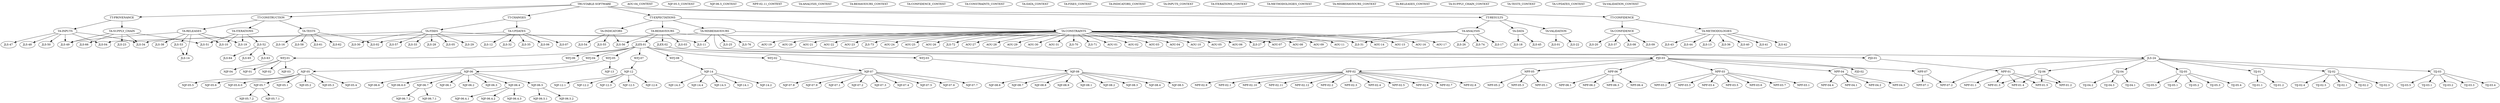
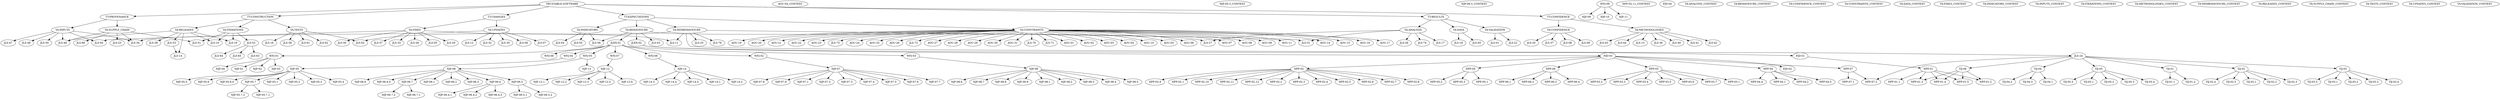
# This file is automatically generated by dotstop and should not be edited manually.
- # Generated using trustable 2025.9.16.
+ # Generated using trustable 2025.10.22.

digraph G {
"TT-CHANGES" [sha="9e0557f5781fb6abefc197529df3f14dfa28cec2d7470629bdd11bcf00e3a18e"];
"AOU-01" [sha="0f00a2c7c6ef352a52c2e9e2c45102c97e8906fa5f0e7ddfcbc252af551cd179"];
"AOU-02" [sha=e8e0ae5f062d031ce5517f939a2223198e9cc8f12aba943f42f01f5def05d1a2];
"AOU-03" [sha="9175975af29dcb8a7c94a1b4bf18a4f36f6ffac904351c6dd84bcbb7ee4abd9b"];
"AOU-04" [sha="9a5f50d14e036a085c64e954936bd579f4fd7d816aaddedb39da34095877e82b"];
"AOU-04_CONTEXT" [sha="466c72fcf27a1cbf322c3c4086cc7cf19825b314236567372289204616d2d56a"];
"AOU-05" [sha=ff2205fede4cc18efe9162008881729cf37fb3f5b0a41ff3d9143aca9d656ad3];
"AOU-06" [sha="20799cb377d8ad56d8bb6231c7246d2fc25c224fad0c9c9b4b83e25710d7a589"];
"AOU-07" [sha=bff000a8ba9254956cdab9045e6f7b38e3019180eb95011cf8541e9928ad8d44];
"AOU-08" [sha=f25753b314cc921d175ffff9be39cf5a43bba651c5bdcba0f172aea02d792b34];
"AOU-09" [sha=adce35b590ac6450379cadba0c6cb38874626134066b06823c3c2d18f7ce2cc7];
"AOU-10" [sha="36eb0304bb55d055e342424424efa617b095b582d1e87d71818095dc1212ece7"];
"AOU-11" [sha="6a5174cee0e66070ab1c39a14c0aede872e56fb928555236ab3bffe1876b7048"];
"AOU-14" [sha="4bff38e002c0df47062d7ab632094ec5ee0377c0230647e7acd54945ea59ddac"];
"AOU-15" [sha=f4d2fdcacc3c3bd743af3ff5c2a08ceb650e59015ed846c35ddb4de104e80cec];
"AOU-16" [sha="4e08bac839cba01a4dc2a794bd2d1254d388945c6b79293684e00b9f8d03f31e"];
"AOU-17" [sha=ce26eef503179bbedca706f43fedc289d8c56580c4b885b3abab440d2de25870];
"AOU-19" [sha="877c346448621a81b2d1418e610575bfcd556d2f56a14f23f289b90828907928"];
"AOU-20" [sha="d17ea5c6a3f07b516abc7c51d4b15b1a130a28602fbd4eb6872006a2e5f939d0"];
"AOU-21" [sha="d1712fcf7a0a00659021a69784f697b5d7b404aeadb7be66553218ba2e6c0bf7"];
"AOU-22" [sha="32fa7dd195ae91e0095296f05e6201abce2b74876be70623a85055e9566a2b58"];
"AOU-23" [sha="395e92cd380e016ebb3c6eea32a326084fc21268c3f742e1a5da8ae2aae84ff3"];
"AOU-24" [sha="90739f0593fc0a45bef179240b7be81c565292b8cc3ea84b2f8256a9369e4a32"];
"AOU-25" [sha="9aba193f20fa8a9ef9b14191adaa545ea3bf88525509d765dd3bb9af8dd29704"];
"AOU-26" [sha="b4b257a5dae03a485b041d4a83ba9dbe965841ccd0891f67ab3e7d8db6c09db1"];
"AOU-27" [sha="43da5040f2cab643f2bbb4a0abcf67fba91d68108786604f44f6ef6a91f6681a"];
"AOU-28" [sha="76887b683a1e5a2f36a029bf80c7489226d1728e6f148f69f7b2167211f1f443"];
"AOU-29" [sha="cb3302e313dae237d67bf249c61419232a83aa6245af30a0f33c795ab1b3a8f5"];
"AOU-30" [sha="ee747671350441b0ca2438c651e0c30a90ac9b126540308415e1645eeea2707a"];
"AOU-31" [sha="e6dfb726b06bf38ff27602695bdfafee64605da7ab6540b2ec0ae479ab73f3dc"];
"JLEX-01" [sha="1cd16efee6db392909248a77c773e0c5aa76b4c05001ab0b981201004f2162b0"];
"JLEX-02" [sha=f40046dae47252d62f28c935db90460772263ced0fa9ed1a5e1383436b89daa9];
"JLS-01" [sha=dce41089598ceff4a3ce3df7a8d3d16183346b785d791d60c8292f51c055946d];
"JLS-02" [sha=c9e0a37da8c4966962eb93e415e4f0ece9a7d5bfb1fa92a1d0fdcbc1609792af];
"JLS-03" [sha=ada5a3ba5276cb99217751c67b424cdbd3622f82eb1126f08d425b641e1616e7];
"JLS-04" [sha="09ec45e2598d5912ab287e5f4deaf024c42c63a05b9b9b884070efc54a1ebb2c"];
"JLS-05" [sha="8bad8a26ee9b1fdf222d23640b8daad5e70b2852a995cd367864df40a5180079"];
"JLS-06" [sha="9a6629a8b76fb8e0237077aebf4fe2cc4ad695f498603a9e645be4115451c76d"];
"JLS-07" [sha="a690fe1c96c84d3d682c92de42f6a3217b44da8719fac921bb94a1f83608abaa"];
"JLS-08" [sha=cceeec93241b6d6ee80fc01c0af03b9d7737fb352e1ddcd98d04a45d75334f79];
"JLS-09" [sha="346ab52001e8e72c738145a5a8b8f41094a1b873c509eff1d0d25003e066cd56"];
"JLS-10" [sha=f1306e4884f5b881acf63d5525bb90fffc88039c8454a3184bf9ce6391690903];
"JLS-11" [sha="5fa463f840f16f524bc479748d26df61146c3bb4acfac29b638ee85644586a0e"];
"JLS-12" [sha="7a549a3219c2053a742d311c76cf3f889a5b0ba6e5bcc5659a17dff9d5b0b081"];
"JLS-13" [sha=e6e7c777b9cadcc65d12fc5782cf21fc688e494024bfb186ae7c20db6a46462a];
"JLS-14" [sha=e94a75986187fec162e8bd7fd270dbf2aae329dd7d8660df63521637b982286a];
"JLS-16" [sha=cb91a56d69836efd4982b2268e204394ae83a694605dc94b71f3ed0c66890329];
"JLS-17" [sha=c527a605b2ae7a54ab429bb8e554263bab5a562394f5ba73305aa490f7351c83];
"JLS-18" [sha="58788ef0ea0b9fba710e806de3f255da6c12fbbd12fa7edad07e65c2dbdedf94"];
"JLS-19" [sha=ac20a2570ed1ca6c0d93ad40f6d93cbac24648b73c144fcb7c92e65ebd2ef411];
"JLS-20" [sha="33dc0295a6524876c9b641b6ce685c1ddc90f01d780fb76d449c01b51fdc042a"];
"JLS-22" [sha="252e58151a45b158bae379ceb08aadb6e587e505aac67f2ecc18e43040a1d1de"];
"JLS-23" [sha=cfd7cb4aa93fbb758807ffe106f96e7b82327ab4d758e69e1f62196c3bc86bd2];
"JLS-24" [sha=b16224d3ab676c00b313ae91760072d92aed9f20da99b363621effa3e033e012];
"JLS-25" [sha="8bb517191450f370679dbafd85342e1bbcf797cc84f2a6f1fc119568b534d5e0"];
"JLS-26" [sha=cf1b73b375697ee56d9788aab79ed01b2730b126a2cc4d7041c9525113e7ed7c];
"JLS-27" [sha="efd4b438331c155eebaec96cd1eda337567794f8696b327562aaaed5fa8ded69"];
"JLS-28" [sha="bc643a3a1850a8d43bb83a09cf30d600eb8e22eb960231e9ba5683225569a5ed"];
"JLS-29" [sha="a577018f4766b7df1a5cb5d1b24f8e9d856326c31161c3c78a3f99845787f4c4"];
"JLS-30" [sha="872f796e03fef3dfe6302a0f2de1703f56cfc5a1007e70d925c0b635391f63fd"];
"JLS-31" [sha="2b941deedbdeff697d063b3f1cf2f97340bff79f16f934bb8be21824e8ccd5c9"];
"JLS-32" [sha="f8e84daad3a4f946d78fa95fcbab327dacb681568c476e6e30d648b9bf530e0a"];
"JLS-33" [sha="683c5e1c42e8596f90fe0ae24cdf933d5fa51746ea55ba8f6a155ec8f7a680a1"];
"JLS-34" [sha="880cb94bd3d4c980a08c18dcdee8a710563b274be80bd63b3bd1aaac8be3cfc8"];
"JLS-35" [sha="7597f13d6e48b1e3c0f6a031f5f933e1629bf506dc78220def2799ee1d892597"];
"JLS-36" [sha="1a9abf2ab101af32cc6490d9ed5218df96a06b31cc2aeaff07f769ebf4ba98bb"];
"JLS-37" [sha="fb19166fd1d71acbe8a852fd1bfced3874efdc687cbf95b03f3201a722fdef8f"];
"JLS-38" [sha="a7ab6cc546e4c9c02c6dc479b8fff29ef6f5be5459185daac4ad1117b2845115"];
"JLS-40" [sha="8a6c2a7c6888f0c13fc4045535125d90a4866858e40ac11910f05eace9ff179a"];
"JLS-41" [sha="f7cc07fd06ed4605d4207a5f59d60f8b7da48152c76b94132e4ad80a4512975a"];
"JLS-42" [sha="d90e0a0d85a952868a794945a7ecfb0217202752ccb97bc0a6e4724700fd20b8"];
"JLS-43" [sha="ab3f0247c96f064628d255d44c63be9a50cbee11ca64432b5f0181e55347e5a2"];
"JLS-44" [sha="3cc7206ec555271d1f369cb1c7ebf3753d32e9fc9be2d0aead5bb5e0e5472375"];
"JLS-45" [sha="37a343cf375f276b932a87ae1334ada428e54fcfd164599a7858b725ce93df3a"];
"JLS-47" [sha="bacac52a9c2ef9d2bf7efd742fc8d088f5526e53c032f79cdd186a0f0f5e8706"];
"JLS-48" [sha="4fcf08f1f55181b18d449876a570204783a2482e73e6572cffda591c43149845"];
"JLS-49" [sha="6c1099d6be7733890c0d87334f9954ec1f34c4ed84303da12ecb5d27b43f4f9c"];
"JLS-50" [sha="0ce7f744bb1fa460b59da9afecc04dcde356d432a6dc4ec92301b5067b47414f"];
"JLS-51" [sha="190e17d59795c9ed3b25a0a8bf57497de1e0d06ab90b3f6ba47b543c95edea43"];
"JLS-52" [sha="8539f924c31974a2722615d2410a25336a5d6a9f399f16dc485be83f7f87a5ff"];
"JLS-53" [sha="d9f7e732e34b0ec79305dde4c5b3d60906559ef1d90bc3ce2906e28a90293844"];
"JLS-54" [sha="f1ff5d3aff697980bcf072e27e00f9916052aceb4796fe1417486ddc80d5e241"];
"JLS-55" [sha="321c775e2acf0267ac1753eb772fedf1bcca18029714071c6e55d999f6dd008a"];
"JLS-56" [sha="6fdd3ab1172c1df5658f140d104d51559080aa32389a5a842b93cfbd394593b3"];
"JLS-57" [sha="6261b6cf44be2e742af1e1d687f1233161ab7cdaf6f1c0a6e31e671a7451adc5"];
"JLS-58" [sha="dbdb83427fd82fd3be5e90ab761945a0346b33740b9ea80fd37122dfa6baaa60"];
"JLS-61" [sha="151f1cda2384ae4935d29d300c3424bca710378fa3689bbcff69b06dc86bb692"];
"JLS-62" [sha="60848232c2989d0282b64792d7da7a57c04ff368d2ac9deae09c3743251dfc79"];
"JLS-63" [sha="2b50e79c3b43c6815b5dc15c7909ce5fb513e98fadb28ddfa40938f20f5d0427"];
"JLS-64" [sha="40f1382c156e308ee543c30df4dc7eb457ac14d472909c30eb6caae9a3bc1d68"];
"JLS-65" [sha="e413de6c831c1c019c67c3e3477b9dc9302cc79433ec894beaee0c95e053b545"];
"JLS-66" [sha="cf57eaf55654ef52589b1879c7294de13ddf1258ecdff4f6371178c6e8e6975b"];
"JLS-70" [sha="5958335832f06baaa624a093c06ce9abc2ee88c8034819ace3be2c5fff0e0a74"];
"JLS-71" [sha="83bb8658b1b8914e0f37cdd0333d5f9351a75763486565ce7804a240d9a418ac"];
"JLS-72" [sha="0b061840170a819c7daf1005b2eee53d121e04e921413935f5eed4fec98a8726"];
"JLS-73" [sha="42d8dd90dc4a321923567287216e216a30c55ede8836824e19fba046a2121a97"];
"JLS-74" [sha="c161214f0f206f3c0826750978fcc4c99e2765a0c3333592e1293b323434ca34"];
"JLS-76" [sha="ebcfc023f88ef50a3c804cb72318428e7566dc44c3539c54742e25f261ff3249"];
"NJF-01" [sha="548dc86014e093974f68660942daa231271496a471885bbed092a375b3079bd8"];
"NJF-02" [sha="6ea015646d696e3f014390ff41612eab66ac940f20cf27ce933cbadf8482d526"];
"NJF-03" [sha="4bd1f8210b7bba9a248055a437f377d9da0b7576c5e3ed053606cf8b5b2febe3"];
"NJF-04" [sha="72bdd7cdc074bb0663c90bcd892fd7a19b938b1b45c7be35907c1e14629065a6"];
"NJF-05" [sha="03a865b41d58662602bc76ec1321efe792fce5537ffad1a1d28563b5a1578db5"];
"NJF-05.1" [sha="9c02b8f95f1d0e9ed47b74187b5fb436e56265dc9f565a39ab76cbe7d584b381"];
"NJF-05.2" [sha="172f35b9a992dac0ef88f7f817607f1214c9f07e073bb6fba4c4244c00dc42e4"];
"NJF-05.3" [sha="be8090cef51e0ffbfa153db7b936e09c6a3fd6622bc7c97bc9aa754511e6bcbc"];
"NJF-05.4" [sha="dc0171e8cda48d88cfdaf0a49f7415a61b4b5ae5674c225036f1f1232820384d"];
"NJF-05.5" [sha="f07eb697ba3aafb6d57d4d133530ef18fcf24d38b328d94a50c87cf8688d92ae"];
"NJF-05.5_CONTEXT" [sha="2eb79156ba6fdfe9201083ee180c5ffb968462e47e62c5af61da4501d6cc5271"];
"NJF-05.6" [sha="bac7fe917281dcfbe508dbcf3bd8f5f306c6d3accae9c483fdfb16d6dd4d421c"];
"NJF-05.6.0" [sha="353b631ea3f819134517c084f4d9d89994e280e7aa34dcb7605e1dcd23b775d0"];
"NJF-05.7" [sha="76c90a33905d4e4f619bbb7e61ec5111eaae55294bda658648256fba600db783"];
"NJF-05.7.1" [sha="3c5a03f59a34ba3256fe26fa0526b916f515c2c18bdb35b6b8f5d85b854c0a2f"];
"NJF-05.7.2" [sha="4c67f4bd9f952d63278902687a1d1ecbe7dd1665f0a75aa837c32f9f1cad7977"];
"NJF-06" [sha="c0045fd9c304e208eef0d24cbf095df06e29625f2cf2ecf3e6a7a697d92afbab"];
"NJF-06.1" [sha="e27d98ac06cc4c5eab2af9068f70fa0ce2ef6535ef4e7325d13aa185c1f1dbc9"];
"NJF-06.2" [sha="9b4726beceff80b02496e4e3b9515a0f442503f6516aa546035b386b3c91ec12"];
"NJF-06.3" [sha="d96167055bf83441a0939f54fee142051f8e101c0747b2edcda78000d426e1ab"];
"NJF-06.4" [sha="6b7e35a8d2349198ef04ee6cf75fbe5191fa930cafdacdaffbdcb2a2abda467e"];
"NJF-06.4.1" [sha="405aaa29d7872555dc4e56fe9b7001cfea974ac241ab30c3aa48cef1fb559034"];
"NJF-06.4.2" [sha="9c484d1ef9005cf5caae4f2ee354813fd759b79dc044fb470e1a4690d251d31f"];
"NJF-06.4.3" [sha="830f22381cfb030c8ba18471cbeb6ff29e7d56b61ff504ad5b4978d63b971dbc"];
"NJF-06.5" [sha="58f3c6b84c42ef8cd41061cb5740fa90d4fed0686e49e9d9799bf51f14b48391"];
"NJF-06.5.1" [sha="8b9ca021bd30bf676f738052ee62191f75a180ce6d1895cf9e9c9117caea3cea"];
"NJF-06.5.2" [sha="c3a826ce79831cfea743c3266ab67c23ca4f4b8cc5f28ce7568d4a143a7d223e"];
"NJF-06.5_CONTEXT" [sha="ceda4128f447965a4548cf10f05866fd27e81bd85cdb6029663a93f8261b94af"];
"NJF-06.6" [sha="8e27724820113d6b22ce65529d2552de1040ff4e9bb27a1a3e9baa9728b9f1ce"];
"NJF-06.6.0" [sha="7b0356c311c52640334d02e9bff171a9ee8b220a1edd7c0826d74bbef1b799b4"];
"NJF-06.7" [sha="fc4ecc622f6d4a920ceed31d43cb3f51011f4f2a6f8abfcf84d419b7a37c4054"];
"NJF-06.7.1" [sha="3c2bdd189b430e001333e8faa8a955dc2b38daf46f8106366cea31abf6f0d668"];
"NJF-06.7.2" [sha="f1552b1bc992c1901bde9767e1ccd2685f57615acf631f0891c82a48c7c006cf"];
"NJF-07" [sha="187732eb19d80f473b6ad181a2959fbe96b4fc8eefdd4b269f4ea0865970b6e4"];
"NJF-07.1" [sha="55d614153a4279112da50d50c5186cf0a0c7b9137458cfb885aba4356cdea3e1"];
"NJF-07.2" [sha="26759a8f444be1dbb077613ab9e77b88d06a86abe5ab90818b0300c00478cc1f"];
"NJF-07.3" [sha="f848d075a7efd0e8a3d056dfc0d75d90b68dd2fc4cf5fa4a545151961b98015e"];
"NJF-07.4" [sha="6b03a26d8cd2e697c54a09ded86479d628caa35e6a563ea183d14309cb59fe54"];
"NJF-07.5" [sha="e8566d114f95cb2b565dd857c7f4ee96f8124451267766557cf179b23898517d"];
"NJF-07.6" [sha="8482d9045c9f1cb7cbbd4a4fe6542d7712368112115e2efa87e2d4a6e4cdf0a5"];
"NJF-07.7" [sha="0e2809c9bf9a2973ed8ac804e6013757d1d37e8b32abeb1e4ff72eb0adb567c4"];
"NJF-07.8" [sha="bbacca70742da39fa0d8e601569f0f665d8325e47c35bef3740a7a15ef2b9800"];
"NJF-07.9" [sha="f253a15cb252dabe60ed8ebe01ba17d68be0043be87cd96e472725f1177491cd"];
"NJF-08" [sha="0d57eb6a9242045903da75764d616751477a215caedbf578344037a0b06676ee"];
"NJF-08.1" [sha="11356b6386148634facf1c0256a27674024d1ba87047eccc5e36ca1f98521524"];
"NJF-08.2" [sha="6ee61a26db3346d62f7fb3f478f6719a40064a3276bf74420044223590f91b34"];
"NJF-08.3" [sha="04003897c08f342a96aaf3555f95bb2a8b424676b3962b99f8bccd2dd6886219"];
"NJF-08.4" [sha="bfe62c43db172af49e718b18db6a04c4e42c9097b4a9765dd8ae3715ced42748"];
"NJF-08.5" [sha="f2b61e77e5b3b8c9ffd1eb5306757f83ba7df7a403a63b176922609f3e5612e8"];
"NJF-08.6" [sha="97c455dbc819102f6f02335b41afa7b39fff8da7f5ab256a1e71aff70c667b1c"];
"NJF-08.7" [sha="487789064cb51388bf32b6df58487b7981d304a7656cb2541285a2759d29b36b"];
"NJF-08.8" [sha="b19bf6a231816418bb16e0c1cf437db461c509605184f446d3cb1716e3f57e38"];
"NJF-08.9" [sha="cb19d5ab85029e5e062eb22e8237502eaee780b7d7820837ffad4c97b59cdee7"];
+ "NJF-09" [sha="737af2832d241807f71cbe8f7c5d0fdf9af1322a2455fcf5a24e1bec3ac38558"];
+ "NJF-10" [sha="6111e294c10958075e73d1b91a6e7d341a79bad685041ceae956b5a4d97406b6"];
+ "NJF-11" [sha="62e6deaf2a0a6f5a8446fe955cf8c976889cbc9762ced8e6203ee4edc48418a3"];
"NJF-12" [sha="b32df413dc8445568361e6e6d17bc546418d4b87c5d11fbcde6c964c1888bf77"];
"NJF-12.1" [sha="a674cbf274a4ca36b7a255bc97a38ccf27e2b1fed4bd864f2fc520641a3cd2b6"];
"NJF-12.2" [sha="c1425f1a9c00762fbb2d3b0a102517f7b4ac11d0263d72bf37a55acf660b1978"];
"NJF-12.3" [sha="1c39b3e2957dfe427fed733cc11c4809fe462f2a84dd8c2d3e9f9f403381b87a"];
"NJF-12.5" [sha="617050b4d32fe1d77f314b6b0847f0b227e5e74eee661543574d0eb1e61229aa"];
"NJF-12.6" [sha="11022773b489e300e2c1c1dceb723454474cfbeb4f0b7eeffe68f2be170a6eeb"];
"NJF-13" [sha="98ebeb19c546dc79927ac6fc525bacdce9d8232ecb51a5400788de31bfe58ff2"];
"NJF-14" [sha="d686e8a2ee5586c82c313771a2458980950710243245d4bad54401f3fe13b437"];
"NJF-14.1" [sha="e3b1be60334b8771b4b798353778bc7128b96de8880c0ef8eb2f02b4acaf11ab"];
"NJF-14.2" [sha="d0e8d7acb4b1ae15b1a7933338c67b903e654cbe71b8ecdb45b13ac17d680cb6"];
"NJF-14.3" [sha="ca5d0e466cb8daafb585c6a81b6e807b712d64e5fb3d05bc439ac416a70ca264"];
"NJF-14.4" [sha="b03ac3f732e1d1b67e02bf2f9861784dfa35b0d3c85cdd8c2af4a35d29422d66"];
"NJF-14.5" [sha="637c942c9de96154d2aefa0256aad9075211aa3ebf841c416316708f99bf10e4"];
"NPF-01" [sha="2901988de4ad14d84c452798ecad5e36d6504a003d47a4939e54dca3d8261762"];
"NPF-01.1" [sha="17257d31617eb053f59eedc9f59e2ab7bf0f8dad653382b3be305179f11b397e"];
"NPF-01.2" [sha="e228d62eecd258043ef008453871bb91e537ad86b9c6ca31f922098a9227625c"];
"NPF-01.3" [sha="8ebaa095edb88fbf6be220eeca7ff9b38763bd1120f04619b0764129e98a4f10"];
"NPF-01.4" [sha="87846a5b24172faef5c00209678787d42376c792ee7ad86b6b983dd08b08d6b4"];
"NPF-01.5" [sha="22ef08f8152d7aac8d37b91c999e247657491943d402e3fe0b637527ce6e2d0d"];
"NPF-02" [sha="41e403fe2574dd140edd75d7a6d9f4a288cb8b9d75951580307509c82909f0cc"];
"NPF-02.1" [sha="b3dda5fff206ce6e93a744e360413efa27005d379c0e08b846f2dfdbcc72d1da"];
"NPF-02.10" [sha="f5e83432d8560e50cf553ea5445d5f9ced7908c7d9941e567d533f2cc374bc5c"];
"NPF-02.11" [sha="4bf5163b2fcd20d20ec6a851badc58ab700e3848e63e977a89d35cc4f4abf3c3"];
"NPF-02.11_CONTEXT" [sha="0aa02a53938108602ec3385cf8d3facf5a06a4797c6b247528ea5b75c84dd29a"];
"NPF-02.12" [sha="65b80f81bbe1b95b25323983d4588c591007eca92ed25f3fd7503f018abb9462"];
"NPF-02.2" [sha="cea5dddd5bfcc64d8339f314a9814080ee67cb9cd6cb07c9b908c56469d88f42"];
"NPF-02.3" [sha="124ac652a17e1b49ad60bdc75ee5721f4e373d8ecf4b07e85eb9cdcb35ad8dca"];
"NPF-02.4" [sha="d276f710dcbeae89cdb625e87df5d4d028759eca117d44bca852180222097dcd"];
"NPF-02.5" [sha="82fe32a9ed298c7a4376ea13ff8d6241c4d7e117f4929f3d9dfe430cf5cd9498"];
"NPF-02.6" [sha="4917c952d729adea10df55cf430fec37ea812573c6d794ca2917d13495dadf6d"];
"NPF-02.7" [sha="bb3307c917594a152c13de27f853443a54a6f00a807ac66f7ce3d27f8b9b2b46"];
"NPF-02.8" [sha="cc2072fbbacd97c4cb545d54f36bc5415be139973d3927570d6aaab40513378d"];
"NPF-02.9" [sha="8dc0c25dd85b78528ec3ada93d96adca246c4e8a34d40abee7a3f03334554c27"];
"NPF-03" [sha="106ab82526356d9f76e56d03260ec8aef025d82e732ec1407b83f7459641f513"];
"NPF-03.1" [sha="01df39e92c5cbd53682f52b32a533f085d5211bc245f4fef767350427087acea"];
"NPF-03.2" [sha="4503740220bfec9a6350540000b3e3996eede1ffcb369dd7c417bf50e235ae10"];
"NPF-03.3" [sha="a15eb546556faef039cad755a34be09d2fd6ee2ea486e3b6ca8db47e1daab710"];
"NPF-03.4" [sha="cfd34a8c4731459dc9c9023b3819461ad04afd17501b4be61c18f4893810af6f"];
"NPF-03.5" [sha="db88ab61e0e0f5400586325c68550bec0fdbec7bf9ebef1b19c2616c3cae6338"];
"NPF-03.6" [sha="09cae32fea0c803150a25fb9d36e3f9e9cab405d468fc3e275da864d0f4049a9"];
"NPF-03.7" [sha="1839020c28db51204c7d669cf8408a403b0f65d9d40b4ce0db0c52b9ca5309bb"];
"NPF-04" [sha="60e5e97a864928518ce07d779ac9fc9130d06f82b680b986bbf73054fc52affe"];
"NPF-04.1" [sha="69f785ba9348217f97348b9f96247e25b3b9213745cc0187e20b08c2c6291143"];
"NPF-04.2" [sha="23fc9e58fd0396994b33e2195ebf9a606d4df9e7d052a741d645a26007aa80eb"];
"NPF-04.3" [sha="e400cc6ebfcbf6de07a97af69baf44058efb9a7d559315d5d833987236141eae"];
"NPF-04.4" [sha="c4d68c6940c198521b0d85b7c910833646bbc0597025b3d181d2ea903de77517"];
"NPF-05" [sha="466ccbd80e4e29218a1a3789ca99e5a1b60ec5fe6e12b37a454c5c7c20d24973"];
"NPF-05.1" [sha="7972748f0fc78224ef09757ee3b8e68dfdf400637f8da891f616d9387b94744f"];
"NPF-05.2" [sha="d19ce1210b9775c82db050b9f08ee6f805ee56bdfeeb89c36614784222261036"];
"NPF-05.3" [sha="a143a6d2343ae469ae01a672706b2c6136e52ecef29b7791e7f96d3adeddee04"];
"NPF-06" [sha="9c8fac55c919707b5a1d7804036a4ccc7d3bcc9ba651b9524454581a52dbd77e"];
"NPF-06.1" [sha="d81fa9d29b70d5cce98118fa82f700b70dd78f2d7f6c266552d76deabd273af8"];
"NPF-06.2" [sha="6ad4d7ab66419db2f1b8f18462bae68478fec227f07abd6a65069251f5558d5a"];
"NPF-06.3" [sha="d74364c6eb2c3eeede3c3f132c6c4ce4493c1971ade75e5a030fbfd9e1c11f5a"];
"NPF-06.4" [sha="86cc838833cabcad168c049508f6eadebace6ad730dbc0e40cfd37f1fbe10f0a"];
"NPF-07" [sha="60dcc75d9bb21fa3e8ba2d80c3e12bda2a51f33ab7755cea9170a7ae96050b63"];
"NPF-07.1" [sha="45b9e2cb7f5ede285a0007ff4f17a023530f557dbe2b1e2bbc299ad5f2bcf4b9"];
"NPF-07.2" [sha="85bac5eae5173e89bdc67c8c724fbc40b57d69797d31bf1f0c5c798b7a148f0d"];
"PJD-01" [sha="9b2099ad82514f2de78b9509e0b3c193054374185de1beacbce359729928d8e6"];
"PJD-02" [sha="2ad95a7543626869ed3195b95256c03a991df49e51acc6b54513a1ed32d63dc8"];
"PJD-03" [sha=fcc8152c7a04032d91becabc5577409773b64c381d09bdab7be954ca1916db64];
+ "PJD-04" [sha="25e50bc1c4e96bc333adb2b1a3f5801228364f033cf2d5e18897da90da5e3fcd"];
"TA-ANALYSIS" [sha="76cb774300c75d7b6a24c872fe691f2f0cd1d36cc4a2493e835f6b861bc79c34"];
"TA-ANALYSIS_CONTEXT" [sha="6d4ba31be15b85d6836a7f79d2f7d9fef2bb9a5cc3809ea1173e7799fb73c08d"];
"TA-BEHAVIOURS" [sha="3ec27e29aa991978efe6a56267b98c2a08b27a4aff693d5cf2b01dfe72276570"];
"TA-BEHAVIOURS_CONTEXT" [sha="5e82851069ccae86c01da3c636f6ff6f37ae101f4148d8593be282d277cefc29"];
"TA-CONFIDENCE" [sha=afda09331b2fc3b8d9b1cd921bee66251a65e5543a473c61eb03f9ea11d57eb5];
"TA-CONFIDENCE_CONTEXT" [sha="cf43890902cf5fffab2dc1445c959da69893ec6dcfc6ae8267376db91a7bd452"];
"TA-CONSTRAINTS" [sha=cdee0ae34c33110044975efc981e4ac4d63d824aaaac78233b1f3828ef070da3];
"TA-CONSTRAINTS_CONTEXT" [sha="ae3df98a3e78809e6461906dc19c51afae254214c884ff337e0879e44929fbe9"];
"TA-DATA" [sha="796e4b5851340906568a47c4436c1fa67ca1c48c98a8b6a16b19283d04cea799"];
"TA-DATA_CONTEXT" [sha="ef12e98926137d14c7fa45094391da2d128de0061191921e6df8a8ddba84930e"];
"TA-FIXES" [sha="96fd0e012e7fb6fec6296c2e0b0220661094b3bfb2a438e7ebd6b0ad901ea65f"];
"TA-FIXES_CONTEXT" [sha="2068c289f5d818f11d0d6eadaef42d67140aca24c8afd81162bd21349e84af4a"];
"TA-INDICATORS" [sha=a5392ef1e3e40d82ef9a304d1304bf007fa85d961ab8ea268231cb212d763477];
"TA-INDICATORS_CONTEXT" [sha="38f6ba205e232c70863e78f740b8c0ac63004cf2886fa311261ac9d849b26e16"];
"TA-INPUTS" [sha="6edcb6e0ea0a918f611d6644da7a28dd5c924a210984cd913e7ff558677a6ea6"];
"TA-INPUTS_CONTEXT" [sha="4288c4a4d07801c1492203ee37390e494588032dbaa27c1b9506029e12ba1fbf"];
"TA-ITERATIONS" [sha=c445bfe866db71df67d4e87353d674b62abce19b52048fac37284d8065d67678];
"TA-ITERATIONS_CONTEXT" [sha="78e116bb06c8699bc6366580696a9bd84613145bcc5db4caa9d04bb07ec0015d"];
"TA-METHODOLOGIES" [sha=d24f6055c79268b1f6e4bdf73951719f192d6f492a7376f85b349a95ccb2a319];
"TA-METHODOLOGIES_CONTEXT" [sha="3cc5aad374f755859fb06ee534bf7dd18ab95a16f12a916614bf0d1048c2ffd2"];
"TA-MISBEHAVIOURS" [sha=d24fcdeee0ae0fa696f272dc39c8e9e37cce7fb9b2cfd07bcd1451b765be5c6e];
"TA-MISBEHAVIOURS_CONTEXT" [sha="22df78c213228c60b0a85f3d82eb99803b2e6c15d7a67f5ab33cdfe3355e2715"];
"TA-RELEASES" [sha="3c924109e9916fb154eadbc2d733a8413ae551a1282b73de389b9ad7540a4e75"];
"TA-RELEASES_CONTEXT" [sha="79103bd44a548248276fa7c21b010a59aa2a1246cb773bd2433abccb36cde817"];
"TA-SUPPLY_CHAIN" [sha="0629a5a339322874ad3d51c0c14219ede72195bf514abac82c95ebc3a685ae2c"];
"TA-SUPPLY_CHAIN_CONTEXT" [sha="a847f61665fa3da0b3324cd8f0528ca56fba4813634033955d4c30db1d8bfa73"];
"TA-TESTS" [sha=afa5e61fc86f70f99f6c60b4f2b51ba7d486705f197048a7dc3fc8fea225385c];
"TA-TESTS_CONTEXT" [sha="eb2ed76391364cfdc2546d8c3eac93b0c40220efc7c7d32b4eb6a2562da6ad34"];
"TA-UPDATES" [sha="cf383e4462bc21839469d74f174990a7406e8306dbf026c4f5187fc47c391980"];
"TA-UPDATES_CONTEXT" [sha="dfe10144a937d25734ad997edd26038ec2ed58162848865488921e4ced7dd251"];
"TA-VALIDATION" [sha="20f6d87b89d9fbffe427a734ab70906c26ad787e53032a8c4f4d599227704be6"];
"TA-VALIDATION_CONTEXT" [sha="5c545fe4beb6dff690ea80e0c1ea71abdf72d8c6d404ae456234c7749f7a8586"];
"TIJ-01" [sha="f14e40946ba0f957437e1d4eecd71b9625518b6fdee282e1dab4bb1b247f131a"];
"TIJ-01.1" [sha="5e43e22dd59a3ffb8e2304053f3150e2eb6ed44b3456acfade28df386b3a1e1c"];
"TIJ-01.2" [sha="2ca07a1a8d1fc3bd41de5866e22cfc08db1dcbd0ac3b203725d1ef3caa6e6cdd"];
"TIJ-02" [sha="7b26a640ea0631b2b5abec02fea2e5fa245667e361b7e94be536c81240bdffcb"];
"TIJ-02.1" [sha="55ebd0ed866d6024f693a4c029af94e13b5d288d3838e783fb5a9bb8117ee53a"];
"TIJ-02.2" [sha="51cbc1d325ce9d7a37d32a0f09e77110ca677c4a9b746c5c9c5b005065640191"];
"TIJ-02.3" [sha="f24980a95b72e94c33f8509278bc812a9aa41ad6aaf305f444f98417a26b8128"];
"TIJ-02.4" [sha="0a3a4ba3f4c11f0ed01ad571e1f4e56d8372a3a7fa08343443e64c5f0cbce960"];
"TIJ-02.5" [sha="dd2f6c8bf4655923f04d1165febf472994aa4b88c614fbb884eb0119eefd2986"];
"TIJ-03" [sha="841a669b93bcbb62c9aa82b32ec90e55d1b371e089e11e06607805a9b6a0d16d"];
"TIJ-03.1" [sha="ab5c3385486411844eccfd704f8c994b17f03f4a101f1df97a9ca968bce7b8a0"];
"TIJ-03.2" [sha="dd61879bb6ab4d3f8b6560656babc9b104112958273c78d6968c6e5fd1d81055"];
"TIJ-03.3" [sha="647524ce6d0f1f737773ec535e93783084708d13fc62964bdb872c445c563231"];
"TIJ-03.4" [sha="d2cd0ac0c26e3964dff9f2577685a09aaed9fdba66f7e9a52cd5d48df7ea9e3d"];
"TIJ-03.5" [sha="99071d9d3fa4993ed244c66f5f2c25158127a12be269549e3911538b8dab218f"];
"TIJ-04" [sha="809ee8814a51b040a0e7ffaf3d511e8d9e1adf06f2e5b815bfc2bb7b97ed6c53"];
"TIJ-04.1" [sha="4990ebe15f6c0341b888d153e9ced2f5c701a370543a6ceebd9a2e20efa8a5a5"];
"TIJ-04.2" [sha="b027882517087cf57c1dd648b63164e186a19d2bde01b3dea7f538866bc0abe4"];
"TIJ-04.3" [sha="85ebfb650bbe74e9a0c6a925c65ea0538c0a26feed7f70ae23f6d1bb8c527b24"];
"TIJ-05" [sha="0d4292965afdeef6ec0ac46f3cd5046f94d0bdb6d97019b9d66f18581af184a6"];
"TIJ-05.1" [sha="13f7c5e1061e5c9c5cc6e1db2c174742094756b744e078ea68b416d48291b111"];
"TIJ-05.2" [sha="9305d4402b18ee18637160134d9f081ec00db70f688800e4a5cdb04e404c0e77"];
"TIJ-05.3" [sha="867bb999a85e11651361fc503d5b9dbce8f02c0df1344b17a36e4f4de076a2c9"];
"TIJ-05.4" [sha="2f732cbec8e0396b36f949d2296a215839a0fc0d5b33eab94c4dd86fa5475d8c"];
"TIJ-05.5" [sha="3c3d25a4bd57eb60169d67731ba401770cfb5f7d82486a5eaaf041a0a18a1703"];
"TIJ-06" [sha="bad18df20df71bad0ab129972668905371100cb1fb5a8e41b6cee32c983757de"];
"TRUSTABLE-SOFTWARE" [sha="3963ec152396ca5e3818ffb14927fde0c00acdb2ca597719c700db31e653c2c8"];
"TT-CONFIDENCE" [sha="507f0a905667e1d91265a4e577534eb51ebc0b3e84ffc1956cd0d80dc61b6d3a"];
"TT-CONSTRUCTION" [sha="3752c6a34c0cc3ef905e000e635a7373748976744f3d1f75f1c2ed172366e350"];
"TT-EXPECTATIONS" [sha="362eb86c872fb76b2a1075ff978252112bbad0a5fb3041895381f8c76b64c5e6"];
"TT-PROVENANCE" [sha="4607bf9c0527508673fa37c110b9cf5f2ff0567c324cf728623f1e8ff094be32"];
"TT-RESULTS" [sha="382987171ac6dc0d1114f5c0dbb77452300c14596514bbab126ae1f7d1bbb842"];
"WFJ-01" [sha=f826a622e19578c15e165ae5d6b1e31f8ec850140a2f1ccaf513f850919d33ee];
"WFJ-02" [sha=a3928233d7b8f5803696e469a337d19072680a06480a898471928b5ebe55d98b];
"WFJ-03" [sha="761472e4e063ce91d94004e258aa652b5352abb41e8f06ffe20eaeaf10773e1b"];
"WFJ-04" [sha=b3f70654d2af3deb23a1ae36f98c74bf0407fdc096e4c0cd3b237656f48caae3];
"WFJ-05" [sha=b69dab4f37d6ba3456e2e5cdd7ee876bac9adfe41867e5d34466a6f378d5330b];
"WFJ-06" [sha="4d2cce160d2ba9411250ecafed7860f1dd61974ad3cbde9e06a47b3160b5df82"];
"WFJ-07" [sha=d5574f1c3e4d3c15c6d5bc517cfa4f345f06625fb1688a185a1dcc22e7149df7];
"WFJ-08" [sha="6897f40df85da4d74a61476dc4403d56c6df324a3c6fe9bd984a6d20941e479c"];
+ "WFJ-09" [sha="956494791cf727d9f8c3ae40d08022b92070045af8ec6fa7c7007900ad27bff6"];
"TT-CHANGES" -> "TA-FIXES" [sha="93daed8985c7fe7afb9b197462c42ec745d85ff4ff09964f9c5ed4d2b71f0d4f"];
"TT-CHANGES" -> "TA-UPDATES" [sha="2ad1131405ad8a6a80e801bcee08c9eb2efb70dbd7b6687c56ca721ef96b9113"];
"JLEX-01" -> "WFJ-01" [sha="11b32bc907d7d32480c79e5254b00d0085e0c0004cc6e6a181956193b4b2994c"];
"JLEX-01" -> "WFJ-02" [sha="2aff8463b59cb1ad59ad3c2030c56df5310d89a481b74ee57bcd51301301a554"];
"JLEX-01" -> "WFJ-03" [sha="42bbbf1cf290f97754ead132781123cecac0c82fd7c64bd573482ff7b9c4d977"];
"JLEX-01" -> "WFJ-04" [sha=cf884c5fda5afcab2344ddcbe104e150af10a928c489253766e5110d4dda0c00];
"JLEX-01" -> "WFJ-05" [sha="38075a8b1ad506173bbbe9a75569e3ecb8fa83c791813aeef538dbb96fffaf44"];
"JLEX-01" -> "WFJ-06" [sha=c4e0b72ab4cfa28cbe062b6e9f2fec5ddf3269da84b469635c041595605fd7e2];
"JLEX-01" -> "WFJ-07" [sha="3a340a4a30452bfd3149680d4f83f136f7f71237c7cfa16d38e9a4ac6b58a512"];
"JLEX-01" -> "WFJ-08" [sha="80844115bccc3a6e031decd0d622bb577e62b2c02a991de38a86092a451f2f66"];
"JLEX-02" -> "PJD-01" [sha="68498a21fedc131c632ea01e9940e3e31ddce311abcccb2326c12961512324aa"];
"JLEX-02" -> "PJD-03" [sha="85f84739619779248e1d3008f46a076fd8402b1f49b57c2c0bc7d061ac16dd85"];
"JLS-24" -> "NPF-07.2" [sha="cf75897c7913bf41c032c8cd77f4acd3a0309202751ecc6924382733f2564d83"];
"JLS-24" -> "TIJ-01" [sha="45ca0773bac381a23a26760394c77a8ee56038c50efa8e163ea5cc9e33d44cac"];
"JLS-24" -> "TIJ-02" [sha="79c6b04115088c9e1736d97659efd0f8f1b492f023968d31f0936f3ac70a4c34"];
"JLS-24" -> "TIJ-03" [sha="cc695a497c23efc144c236df2dd170e550ea169de043debe07aae24b0c233385"];
"JLS-24" -> "TIJ-04" [sha="13e8b6b8802b2caccdf3ce89dbb6fbb645688888e886eea3937643e7b0479a24"];
"JLS-24" -> "TIJ-05" [sha="75980155c182dcaa3298cf2fd6cd8d328d31ae081c78e300cc75a51b0136ceff"];
"JLS-24" -> "TIJ-06" [sha="9a1ac607f2051801a39ddab325cb6bbcbc178abebfa8e1e6397c12cec99d531b"];
"JLS-52" -> "JLS-63" [sha="401dd468ee10f09243ca6ffea285cbc081f90c1fed07538e5c1751fd907d5642"];
"JLS-52" -> "JLS-64" [sha="320157c79743b91d80a467bee3eaf7727f224a2d18443778f07c5b2e02f6e4e6"];
"JLS-52" -> "JLS-65" [sha="3e2689fb2c8227a097d218eb36d593d05e3262a7e9249bf1e37a58d543cbf4cc"];
"JLS-53" -> "JLS-14" [sha="5413119c3a940215ef3ea606df4e0d56340c4ae8c4753b4b681584c3eca871b3"];
"NJF-05" -> "NJF-05.1" [sha="05348afa175a4660f04bc0ac52fb14753af07acc3f62bb6a5309bbf9114a2110"];
"NJF-05" -> "NJF-05.2" [sha="a78527f08dba706b3ac22d9721f746f687ad81dfc9df5a7700625c7ff964b0f1"];
"NJF-05" -> "NJF-05.3" [sha="79b6420d97afeaf3838359a84be73b6c9d21f1e8c78ef9ef2cc6619d35e198f3"];
"NJF-05" -> "NJF-05.4" [sha="0c65e0ee65a59e48fb27d23657e81991bc7d113c61e1b2de0b729f16daab644f"];
"NJF-05" -> "NJF-05.5" [sha="132c0af8afd6315f760a7fe31648bbfb266abdda4accbb062d7fe9cc6757086c"];
"NJF-05" -> "NJF-05.6" [sha="fb5d80d658cf7419ad504d09f4c906c575e97d58f78bdf77f3b7e28796e7d783"];
"NJF-05" -> "NJF-05.7" [sha="0752b6fde78b30747ad945074509664220e408751191a432891b012b7b264a17"];
"NJF-05" -> "NJF-05.6.0" [sha="7444739bb6eaf619dc2a9f296183f7d19222e21d986225aa65f1008d29b3a6ad"];
"NJF-05.7" -> "NJF-05.7.1" [sha="1574b667671beb106d90ab9b271c7b427b457001237c1fe4c611d21c1b4f51a5"];
"NJF-05.7" -> "NJF-05.7.2" [sha="c251be714d3fb6c41757c85738a7484726745f3c523663e121eb40a180b7f5a7"];
"NJF-06" -> "NJF-06.1" [sha="80e228e2ed380f48e691e5516764d666e074736f913f7482e6c2c0e43fb3792a"];
"NJF-06" -> "NJF-06.2" [sha="95b2d686865e9dba9bee2be3768557f6905e6b2675a0efb55bdbf5b2aae6fc65"];
"NJF-06" -> "NJF-06.3" [sha="2994c95618432d4abf2695775d6aee747f7c527e6df1cf4887898273dd7c41b7"];
"NJF-06" -> "NJF-06.4" [sha="aec981ed17b9b23ebd809122d8fd5d276624b55107298faac6788594c7421b15"];
"NJF-06" -> "NJF-06.5" [sha="bf35b17b04f1897ca9cfc4d8a7cd7e6ebe5cbbe2a0cd14526d8b2f8941a51824"];
"NJF-06" -> "NJF-06.6" [sha="8da992a6bb39172ea45fc1b880121987c637c53fe562487e201f84520369adf1"];
"NJF-06" -> "NJF-06.7" [sha="a01b7e6a9bd301fcfe13beea3d1602210244f5f3d2de348d5233f9e0b24584a6"];
"NJF-06" -> "NJF-06.6.0" [sha="56a38b56749195c0c886e0569c72ed22a2ad9cec707210aa9076e18f1634a2f8"];
"NJF-06.4" -> "NJF-06.4.1" [sha="b01406356bc5aae7904e78201fab9e3c369ca39283eeabb00ef86fcd1af81628"];
"NJF-06.4" -> "NJF-06.4.2" [sha="158172e866a77da9c70cbab9c1a61921dafb25e29a5cd8d9c3fe5bcdf15ab47c"];
"NJF-06.4" -> "NJF-06.4.3" [sha="fb0041b3763ae322685954685ca786758131399a062a785574544bb52424a024"];
"NJF-06.5" -> "NJF-06.5.1" [sha="fc0bfae84fdbb03dc8b6ad998be0177246f5c682bc9c6ae57575ab4c935a9ce3"];
"NJF-06.5" -> "NJF-06.5.2" [sha="d5569e956ed2b0d3f525689bece7ac9288569d84e0e22899a364bd911f7719fe"];
"NJF-06.7" -> "NJF-06.7.1" [sha="0871da49bfb6899b6f06531b34c0b5688b4e536370d5f4b6111841e0c5ada02f"];
"NJF-06.7" -> "NJF-06.7.2" [sha="f61891fd58eedd99a89123f587ab92ffc0031fa6f8117998f8b6661aab3177b9"];
"NJF-07" -> "NJF-07.1" [sha="1128cc6e5480d3725aaa37b42ccd78988940f61e5568d9adb20aca167e41e0da"];
"NJF-07" -> "NJF-07.2" [sha="abb047c901a6547122aed8d47043588b9e7d5f4b6ab5f982d2ef0a2f535fadfb"];
"NJF-07" -> "NJF-07.3" [sha="3585861b5e53bbf4ae11fa0215f45e4634069ac723af7014bf67ed61c8e9dc99"];
"NJF-07" -> "NJF-07.4" [sha="3ecdd4d25bd59c5fd936281576f4ce023b3f15368d6427d154bc25c52d17e4e3"];
"NJF-07" -> "NJF-07.5" [sha="d845ee8e44fc50c7860ad0ea4e45413e475f80d0654c724a64178c4c620191b3"];
"NJF-07" -> "NJF-07.7" [sha="dc9c9c7f9c57528f6c374755f9ed2e9fcaea16e6ba86cd0155175e4f976565a4"];
"NJF-07" -> "NJF-07.6" [sha="c5b49e22c215af56c57f80f20b75981d7fd4d900a56921bf749c4b637e19c6ad"];
"NJF-07" -> "NJF-07.8" [sha="b9932dbc8a10513f16b34ff990489199bb2cb983390328d126450709c20a8ee5"];
"NJF-07" -> "NJF-07.9" [sha="eb17d78a7a040f84affcf45ae365210641685981371c86628aebe57d1a627efe"];
"NJF-08" -> "NJF-08.1" [sha="07b82c43480ff1bc6fa40e12cf3c683ac0f325fdabb7e9fcec119c93d4092ad1"];
"NJF-08" -> "NJF-08.2" [sha="ccb4af6360e3bb15ccdb2765a2bbfd83f3dfce714b486c8380313dbdeaca9da2"];
"NJF-08" -> "NJF-08.3" [sha="a375b6167407d74251ff115582349d1607dba60202311a314b24e3e93f58cae5"];
"NJF-08" -> "NJF-08.4" [sha="a385bcfb290b065c7f7056a39379171746b4a093df4c32254e4038134edb8fe8"];
"NJF-08" -> "NJF-08.5" [sha="4c6cf0a968a6acde00b35b5a3208d7b5018d11f2921bb33315fa0d29c661d21f"];
"NJF-08" -> "NJF-08.6" [sha="9aa3893617810dcaa38d0d8a1db8427d2da6ad80e4d742cc11860d29e8117162"];
"NJF-08" -> "NJF-08.7" [sha="f1d96f513fce39d0dee8d1b539d8638323b054bfb9e83d7c30d7cb1989e7827a"];
"NJF-08" -> "NJF-08.8" [sha="f7a1eceed3eb8da5d64b2957dbd091fbe1ebd3e96018347897085e7a3e8e471b"];
"NJF-08" -> "NJF-08.9" [sha="e97225da45635a8b6253c2c7b965b3293f09c90e777bc4b437bd2b5a231cb2de"];
"NJF-12" -> "NJF-12.1" [sha="e8a1ecdb2b9c4c9b3913d3dcb817aed3b7e9ff8c9e3cd73e1b3f8266738bdb50"];
"NJF-12" -> "NJF-12.2" [sha="5cf23fc24541ce1845c0899245620913c9939bd44bce6013d2adaea6b95b80df"];
"NJF-12" -> "NJF-12.3" [sha="40d00d9cb85016409ea48bf11c0a7824291c40b04f1e648e01938b3789cccd67"];
"NJF-12" -> "NJF-12.5" [sha="05d1951c1b9c63e9655ba3c0c4a49a1f82e2783aacc14c02bb980734777fd9d8"];
"NJF-12" -> "NJF-12.6" [sha="6b297494f88a48939e1ebf94f583778e4f059768f278f9553337b3fed542e3cf"];
"NJF-14" -> "NJF-14.1" [sha="6fc71638e5661f92f03f999112cbf9b1238ebb0d7127a5c9049fa434f46ab10e"];
"NJF-14" -> "NJF-14.2" [sha="8947536abc1b26ba16a889085e873dc0404809637862034a138dd2e4c8713e5b"];
"NJF-14" -> "NJF-14.3" [sha="bfe21b5134b6fbe050a89af3c20916a0dfe302af7d4e475ceb78e7619bcb8499"];
"NJF-14" -> "NJF-14.4" [sha="43620086926cda5d04bf77274d1098046b37cdca6f8e7f6ba3c9b0f87f582ef9"];
"NJF-14" -> "NJF-14.5" [sha="e9d5a492a22dd6116a7ba99ed52ab38fcfa0711f4d78517582da50741da5daad"];
"NPF-01" -> "NPF-01.1" [sha="1ed82ec30ff344a4ad557def3adb08258c1aacdd9b547872542ed6e123812dba"];
"NPF-01" -> "NPF-01.2" [sha="5a0266ba21a00bbddb092bf6be51bf186792ced77647748ca1fbb7f03a29f75b"];
"NPF-01" -> "NPF-01.3" [sha="c97acccaf495dcac221f13d9c9efa5750e54d15b16c18afe2d4f6eda1b48ce1d"];
"NPF-01" -> "NPF-01.4" [sha="44254213ddc3ad5a0ca4fabacbe6d3d1affdbb72de9e75cb22e16cde6c7c0e81"];
"NPF-01" -> "NPF-01.5" [sha="7c4da10ac02b9ff272e3ae603249ada8ea12b011678cebddd2960d4de5488c08"];
"NPF-02" -> "NPF-02.1" [sha="e585c16ea12ceba7e45349a863dda48dfdb8c538a8a89c7bac005a22659bcf67"];
"NPF-02" -> "NPF-02.2" [sha="740436159f539a20592e3a125ac53fb803f7308cef6427960ff8a5a240c3b1e9"];
"NPF-02" -> "NPF-02.3" [sha="8bbb8434d35dbabef9aed3b259bc18c2948bfb939f4a16c687d6398a56edb33c"];
"NPF-02" -> "NPF-02.4" [sha="a9c9ff12fff921cf4ca7ec48e47c36d6f5d1793280ed83979c1760450a2d075c"];
"NPF-02" -> "NPF-02.5" [sha="e49f51da6cff1776cb5ae9334e965936ad8bf03f121f67959fc0e72082de38b1"];
"NPF-02" -> "NPF-02.6" [sha="f9f443867b2d409022886cdbe313eba558c3eec74c651060c8bc4b2341191a11"];
"NPF-02" -> "NPF-02.7" [sha="892124444a73560a57b10331105799a41c3b4412ccef33b7c5d482a44668b7c9"];
"NPF-02" -> "NPF-02.8" [sha="4761f7058756c1442363d34153090e64620ffec37e654a4ddc5ab6b2a0b7f5d2"];
"NPF-02" -> "NPF-02.9" [sha="991cab68071d5ffad145936fed7101689f1f47f12c75521b5ba3d16d50cf6868"];
"NPF-02" -> "NPF-02.10" [sha="31d102a9b50cce35ed04b5216c93ed5345af9a4a998feddb839cfa3191717b47"];
"NPF-02" -> "NPF-02.11" [sha="d0c88c641531c561674336c9aff4ca5ede8ad135b3de10e1dcd258ba3e488f25"];
"NPF-02" -> "NPF-02.12" [sha="659b5b34ac95d660cc57b8265ead6bd565262ea03b8afe52994fa87237676bf4"];
"NPF-03" -> "NPF-03.1" [sha="3381ff8d6767c4c112dea54eac85b442c295de22f4820b38f7f7e7e5f619b1e7"];
"NPF-03" -> "NPF-03.2" [sha="1ff53239760c6426e1bde2b89c331777fe84079a9522cc6d585cbe675ec73b7e"];
"NPF-03" -> "NPF-03.3" [sha="e0274a4aa11bf7e56e1cb111e451b62c156764568b4c7c34371cf93a7773c917"];
"NPF-03" -> "NPF-03.4" [sha="4370c109669cc313ca7e9dccfc9779699c334dee4bc048c3c4f2c181dec30422"];
"NPF-03" -> "NPF-03.5" [sha="56def8fcbf683620568a7418c081a66af1eed9cde258722423a8eecf25e50f78"];
"NPF-03" -> "NPF-03.6" [sha="38f040654c11539a3b40e163e47f1376ad897a9dc7c5aad33a0a8857eaa237c4"];
"NPF-03" -> "NPF-03.7" [sha="9408c9acd90ca8e153bf0045ed6d7a8e55aa2360093051063536eb316169c7bd"];
"NPF-04" -> "NPF-04.1" [sha="3aa28253b8e7aa18bb70e9770c56747830b2ef7cc2493c9fd51174d1ec9d2ac9"];
"NPF-04" -> "NPF-04.2" [sha="7a3eb901b4d08cf88d22feb3cee97fc657f69c2a05674ccc34bc240beba8bc4c"];
"NPF-04" -> "NPF-04.3" [sha="2fad2f3882e079b193606a5572054b808c55534d4d2d7f1bcc7d15914521f6ca"];
"NPF-04" -> "NPF-04.4" [sha="8945a7551af938401ca0f6e14f31dfffd54006d10063f0ace528c528ff80dc90"];
"NPF-05" -> "NPF-05.1" [sha="6a7724f03f063f8f26a82bf32d3df188255db398c0b77ac1357dc54e3c2c4936"];
"NPF-05" -> "NPF-05.2" [sha="114f40606a53c3db1855cd395ea05923500fbb6bdafdc9b789d7f6912ae381a4"];
"NPF-05" -> "NPF-05.3" [sha="ebc924da19728fa082de7b7eb0f475e158ad692d9491164c21a2068d73a125fc"];
"NPF-06" -> "NPF-06.1" [sha="89c07cc7d98e87e92bb36b904d0a7871f92ea73edc28a85d50e8330a4215c28e"];
"NPF-06" -> "NPF-06.2" [sha="e70a4b33ab3b17341b030dcdbb21d65465984fa8dcba120e515fc3b72bff2cfc"];
"NPF-06" -> "NPF-06.3" [sha="b839c997ff91c73ed3912c2587603602b6e71ecc946c1ab7747f5869c0937c42"];
"NPF-06" -> "NPF-06.4" [sha="54f50e706e9efd7c7850f9e16f803522f016308a7eaeb436f41c62c877bada07"];
"NPF-07" -> "NPF-07.1" [sha="4e9d52c62edfcf9d7ce63f2a43169bf08ca74006c4cd2cc135ae6adae0f14be2"];
"NPF-07" -> "NPF-07.2" [sha="96f909184665c1931e931b4d899457f0e860580d0d466f9c5788b0e103d5c232"];
"PJD-01" -> "NPF-01" [sha="42e8865c09d75823bbc873a9cf5b6c4d22a5a2ca50173538985680599af5fc2d"];
"PJD-03" -> "NPF-02" [sha="93bac5a2600a55fab08a83b929b0c413b467c517b5335a64d7b3cf453696f132"];
"PJD-03" -> "NPF-04" [sha="cf8ab9711b44c48641b0eb80aaa89813bfbc1d03d13c0f89303f9d570ff1cd26"];
"PJD-03" -> "NPF-05" [sha="f98b9078f5bc79010b4a1fadee1d11b8c7304b42a86d9b0ed8778f6e805a3189"];
"PJD-03" -> "NPF-06" [sha="485d51a5a36e33e3c058d5e810b4070e20b2b6e833b6f3f3e23a7a5cb8f66567"];
"PJD-03" -> "NPF-07" [sha="d57e01f56da2038315b5bf19f8372f0a5220a64a3c39054c64dfa0095c74add2"];
"PJD-03" -> "NPF-03" [sha="f9e040e4e39bbde5db6927301afa3119c16f8534abb2d5497d1a6e07d4188b33"];
"PJD-03" -> "PJD-02" [sha="34c3d9163590aec428486eef28fa3895a3c425b2ceb826d3c1d592d34eefe14e"];
"TA-ANALYSIS" -> "JLS-17" [sha=eac76c7d417f623d9dd1a220fc0b3ec6e2c2b9e16781eefae6d21dbd35d1402d];
"TA-ANALYSIS" -> "JLS-26" [sha="250c8c20314a242c1daac1278ef5a96d97bce8d943318430a91ee30580b5b29d"];
"TA-ANALYSIS" -> "JLS-74" [sha="438058a274824cc8774588099abf500dcac8fa0215c486f79a43e00c6baa66a4"];
"TA-ANALYSIS" -> "JLS-31" [sha="80b0be4318282eee6799e35ef618a077539ec0d4c783db2e50e68d00e9085018"];
"TA-ANALYSIS" -> "JLS-27" [sha="cb77a6a19e50c33a85cc9b099e4401321f7460a9a6afef31bd2b9da29fe063af"];
"TA-BEHAVIOURS" -> "JLEX-01" [sha="8cd931ef61b7012140344adf54469e943bfc690ee54f12db12777464880061db"];
"TA-BEHAVIOURS" -> "JLEX-02" [sha=cb26451e31a56b1eb51a4d45283ba4a7c6e898efbd045b59cba10d3c6aa093de];
"TA-BEHAVIOURS" -> "JLS-03" [sha=cf9211c07452914cb2d0b455f859b26cb2724423eae5187e8cbfdff06d1b5ba3];
"TA-BEHAVIOURS" -> "JLS-27" [sha="880ec996ed026258b58299c356aab7d02652ae55cbf1f98494e2a7770fd96275"];
"TA-BEHAVIOURS" -> "JLS-56" [sha="96132477a8b2090f75ca56db2af3ac142a26423915a2f76e328734ae3347a5dd"];
"TA-CONFIDENCE" -> "JLS-08" [sha="506164051180023c8533ea1f6dedf1bad894c3ee6020ff16b002e33b109c2791"];
"TA-CONFIDENCE" -> "JLS-09" [sha="80bbde95fc14f89acf3dad10b3831bc751943fe4a1d79d5cbf4702416c27530f"];
"TA-CONFIDENCE" -> "JLS-20" [sha="1bfd214ab8186a3c095262ae503451b8d71ada8db5b13ecc7b906739a05bc102"];
"TA-CONFIDENCE" -> "JLS-37" [sha="b8294c05b686be5c608685b6077af39aabebda04acc465720695595582dcc041"];
"TA-CONSTRAINTS" -> "AOU-04" [sha="9466008edc5257d5d6ad6cae05eadbd7e6c63ed10f45f9bbe9166dc5af5db294"];
"TA-CONSTRAINTS" -> "AOU-05" [sha="ead38077bd84ce52bc7ce9ab1be36ef6d1b62aa7bd30b2a5d5eea3aedfe9da3c"];
"TA-CONSTRAINTS" -> "AOU-06" [sha=bb3ac58ca7f67d9676503a6c71660abd650268e02d6773cb57dfa07d0743fb40];
"TA-CONSTRAINTS" -> "AOU-07" [sha="20a82289bbbdf1a9a011afb8b3100c8c14813d36d8bbc019ad017b1b4f4917c7"];
"TA-CONSTRAINTS" -> "AOU-14" [sha="2fbd87f1b62fa9716033289b62dd7ce94d6e6c8ae5af05e788089f0868ad2dd9"];
"TA-CONSTRAINTS" -> "AOU-16" [sha="c282ac22782f79b8f05c90d0c19193d7843b5e76dbdf6ed3d7efe6e0055b90be"];
"TA-CONSTRAINTS" -> "AOU-20" [sha="2827fadc5577feceaad0eec452dd2e561cadb3a9161fdcd40b126a049a36a772"];
"TA-CONSTRAINTS" -> "AOU-21" [sha="f2624c417be0c4cbeaaa87df2116c0f75ac1a5e7837d6a40b1625a816f9397c8"];
"TA-CONSTRAINTS" -> "AOU-01" [sha="595da090bb31bf9286c8bb439dcc0cc683ad44639dbdd723dd2cb18d23b7402c"];
"TA-CONSTRAINTS" -> "AOU-02" [sha="6c0717196dfa3eb65a762e157111e3e070204159c3f73dfda1cb5571d77d5806"];
"TA-CONSTRAINTS" -> "AOU-03" [sha="6f2926b8706b8c16f572643ef2dade3a98c4d4a74b559e6c54a168ccd5812b72"];
"TA-CONSTRAINTS" -> "AOU-08" [sha="9a882832edbca00f96ff5ec4d3d0e52632e4ec479bd536e8b7af1e0faeed9b1d"];
"TA-CONSTRAINTS" -> "AOU-09" [sha="b47001a26392bd151e4a03feccb198c74fdfbdfaeb055fd682b59e6b92f0bed5"];
"TA-CONSTRAINTS" -> "AOU-15" [sha="936c697c984cfadd07db6e2eef5a3f5f540c57d099c7a773c00e551ea15bdf7a"];
"TA-CONSTRAINTS" -> "AOU-17" [sha="b9866189c44d25116cc7cd47432546f8ea2b3aee0b493b364a89872e11957a69"];
"TA-CONSTRAINTS" -> "AOU-19" [sha="ef2ca2a552493258538bf72c975d4c0ec711cea193adb804765feea86382ec0a"];
"TA-CONSTRAINTS" -> "AOU-22" [sha="54608fda93406fa3546c2d38ef09d34f7252e2c40bb6bc982decf762ab1c68f0"];
"TA-CONSTRAINTS" -> "AOU-23" [sha="6a9aa9e8b107c684e68b21b44c363185c5f0668c39307a00758781d65f3e61d4"];
"TA-CONSTRAINTS" -> "AOU-24" [sha="f75b547858afa4495079cc6c7045603b4775308258710ae92141efb696a72505"];
"TA-CONSTRAINTS" -> "AOU-25" [sha="68410751488de4c1d3c04505bcc58eaabdce60cda5169843b80aff5697567258"];
"TA-CONSTRAINTS" -> "AOU-26" [sha="4a2f5289772c2edf42e724049882ab75620e2655aa455314a651ff9566e5b70d"];
"TA-CONSTRAINTS" -> "AOU-27" [sha="20a7c1f193b7ca51e90d90fc1ea91f5c38c0c008bb236f97b9137c250e038fb9"];
"TA-CONSTRAINTS" -> "AOU-28" [sha="049d4d8cbdd75d679f8855f2733b3781f7b6b8d70d56f4fecffd5951fff6063d"];
"TA-CONSTRAINTS" -> "AOU-29" [sha="278f1a8cacd32b255fafdbac1db71a692029a838859bb7c7227435fd85298ab2"];
"TA-CONSTRAINTS" -> "AOU-10" [sha="54e2cf65bcc7544eda66fd5aca9763008a094dd7389db2463b28c81e1c586375"];
"TA-CONSTRAINTS" -> "AOU-11" [sha="376c75481202bdc4c6d8f9073f5173ab307859b0495735b204de05e58ef2742c"];
"TA-CONSTRAINTS" -> "AOU-30" [sha="28a722163059e712168605d165311d28bbb6e0d88f34e4b8b317f18d47d02843"];
"TA-CONSTRAINTS" -> "JLS-70" [sha="8672df0fe5ac8addb8adfb527e2735606966e66d45c112b87c23cf4e57f34909"];
"TA-CONSTRAINTS" -> "JLS-71" [sha="06bc97101b9f4119cb3f5bdac28ec3f25f35bb51a593893fcfe1fc5d67cd17a3"];
"TA-CONSTRAINTS" -> "JLS-72" [sha="ed3451acf602f0f25d33250a55bfe6311a47d6e5f7bd2b1b7d5beb08ca781094"];
"TA-CONSTRAINTS" -> "JLS-73" [sha="4e3de24e57b1865345cebeb654b0b29d89558f3fddb0c76f8b26db0d4ff92993"];
"TA-CONSTRAINTS" -> "AOU-31" [sha="858726a396aa2b29254e4f84a815ac07b0cddfd13d3f69b9e520cf8ebe5c0172"];
"TA-DATA" -> "JLS-18" [sha=af2567d28552ab32643e995a9c9c9fd73b2208ce3d5255fba333c8ddd28f72a6];
"TA-DATA" -> "JLS-45" [sha="9cc0a42711c2d7c03dab3a2d633abf41a7451c375f68bed9907429a86077d2d8"];
"TA-FIXES" -> "JLS-05" [sha="7264d31fb391f7ab77e3719a732b06a366579f7ee8b398d185daa4431aee4224"];
"TA-FIXES" -> "JLS-04" [sha="963ee4fe6f10bda87855130135d06853a0fae3abece5a19d847e056b6082b13b"];
"TA-FIXES" -> "JLS-11" [sha="d5027d7aa0c5614a6f0ba37eaab982cb0be411c92169ae2ade52efff9cd47e71"];
"TA-FIXES" -> "JLS-30" [sha="16a0cbf75c960ed6238ca5782cf69249b970f996161bdda5f652288ea947ece3"];
"TA-FIXES" -> "JLS-29" [sha="4add5e8bf6d1a461fcc22a0fe49556d96664ff147c7aa783c844bd6f3189f0d3"];
"TA-FIXES" -> "JLS-28" [sha="0adb7ec9c6cc4338fa810442d22c8e4ca2a39cf33f0efaf859457ab32946991d"];
"TA-FIXES" -> "JLS-33" [sha="56b526e261afa2da0793ec172850d227e4ed1d8c8a06e616c680c3db29648d45"];
"TA-FIXES" -> "JLS-57" [sha="ada11447792ac70d2f87b81253379dd31d73eefa57554c9f0b1e067bf995812c"];
"TA-INDICATORS" -> "JLS-54" [sha="b8d659e9fa897e4f13ceace28a2c71e38d41be22a52ca34162ca907c82e160fc"];
"TA-INDICATORS" -> "JLS-55" [sha="0d048eab93d9d675bf346fb93b80a5af1b7752352b28e1b80b4b9e8b85e5fc3d"];
"TA-INDICATORS" -> "JLS-56" [sha="a27def8655040fb7b0feb8c88ce79962442cd8f7fab0e64ec7a7ff576ff1b7e6"];
"TA-INPUTS" -> "JLS-04" [sha="262db6d430e99ef3a23645c93a1cc5bda1270ceba90b4d8cccb40b1eb85e9860"];
"TA-INPUTS" -> "JLS-47" [sha="b2da62290125ecc680f953dde166bb5f22e7f8c6e7e53a73136102e01dd013a7"];
"TA-INPUTS" -> "JLS-34" [sha="b39b1a808b02bfcd5450ffea835179c862c19f7759de0508bac9249c02db58c1"];
"TA-INPUTS" -> "JLS-48" [sha="fdfe3a090c09b2c68edbdd05b0febf4a0d39c206f6ded617bce4e2fb676b1c54"];
"TA-INPUTS" -> "JLS-49" [sha="74fb87c2e81b19308bce6de4f16ade34837ab293a9c0d3098594312c2a8663b6"];
"TA-INPUTS" -> "JLS-50" [sha="3ddac8ccc41551a804e476675fb1b19124026f805a1d56da2124ab9764605243"];
"TA-ITERATIONS" -> "JLS-10" [sha="6e77b132d4159d65e261e90466537dbf44edc643b44c0671b8c40b994ef08590"];
"TA-ITERATIONS" -> "JLS-19" [sha="9bc13b823f8b49d742b92a8aaf18b8aeb2bb9b0749f4b6dead241af85aea876c"];
"TA-ITERATIONS" -> "JLS-52" [sha="dfaf17f274e79e1653479ac2e7663c2bf45fbe56ba43fd71fa435b2d6c004790"];
"TA-ITERATIONS" -> "JLS-51" [sha="1e48357c78c56c969d1fcce3580f25fd83a7bfba03286e1c26245c7d1067cd6f"];
"TA-METHODOLOGIES" -> "JLS-13" [sha="4e2fb7871a608c98d11b10f4ca4391d69b360419c6a9e1baf7cb40b980fc9e94"];
"TA-METHODOLOGIES" -> "JLS-36" [sha="bb56d3a2aa32b55d9158cd606172b8c4a5b7605acc703f5aca1ecdd37fc6a65a"];
"TA-METHODOLOGIES" -> "JLS-40" [sha="af896a265a2ef24e341ff11d722aaf863ccc7c789bf90ebeb9a4e33ddabfd727"];
"TA-METHODOLOGIES" -> "JLS-41" [sha="812e1a905c911c110c49edb7ede42dcfaf0bf2d790b67e13337f4a054d897bf7"];
"TA-METHODOLOGIES" -> "JLS-42" [sha="69fa2c45ac391620896dd387d7b422252f11000b386c4e8915147d286543da3e"];
"TA-METHODOLOGIES" -> "JLS-43" [sha="4aa2cb58cb0c308eeed861ef358138de644cae5d56760d6ebcd10d78caa59e5e"];
"TA-METHODOLOGIES" -> "JLS-44" [sha="694a7ca81623ff8393b0bc601f9b71d425a6436ce250ce61e37ea3d1bceb4a5e"];
"TA-MISBEHAVIOURS" -> "JLS-02" [sha="532ddabfefb6664d9731084a44df220d1ebdb9f840760d7c471cf04dfc8e96ef"];
"TA-MISBEHAVIOURS" -> "JLS-24" [sha=e8de01ff7c316debcd96afa4b3b6b62be73522e4531214c18b3ad7eec826275e];
"TA-MISBEHAVIOURS" -> "JLS-25" [sha="56ba396580f90e5a10fd5adfe33864921537d47e21b215a8faf531855af40ecd"];
"TA-MISBEHAVIOURS" -> "JLS-31" [sha="ff3352e20146a81904da6d8d94b003b4e0acbc2a8a63a73ea017ea0535e45e79"];
"TA-MISBEHAVIOURS" -> "JLS-76" [sha="7528c4228bbe5a1d4ccfcd7efe4254b2f2443c9746b28de5903d2a925dba8436"];
"TA-MISBEHAVIOURS" -> "JLS-11" [sha="d03c18218f8e022c1210c63a6dcea2729a0584bc3b31aba1370e5f5037b0ef94"];
"TA-RELEASES" -> "JLS-14" [sha="1202b9934353436fba927de6762cf62a8fc23ab0815a3c06f9d0a77b55830720"];
"TA-RELEASES" -> "JLS-38" [sha="ed0d250c8c191ac4fc03712a321bf399d26e932edabb13067fbcffae1640cb90"];
"TA-RELEASES" -> "JLS-10" [sha="33c316a9040c7d27c830ca453e39d3bb423acf42e14d1d561c952291ba66078b"];
"TA-RELEASES" -> "JLS-19" [sha="8a27c1bc1f723c0973236c41a6fe6067791477919375be09c64df77808e3af97"];
"TA-RELEASES" -> "JLS-49" [sha="69471c3ea9eda0859820ac7a2e11302ee4336a8b45144a48a0012350dd0aa459"];
"TA-RELEASES" -> "JLS-53" [sha="82875ee11dba12880ed3584e051c910349017fc28a47948a9d0e2d28ca176e35"];
"TA-SUPPLY_CHAIN" -> "JLS-23" [sha=fe2b810e22c4da9911266183bc8679a56d8dd2d5a76624cd1f3ee329d9b93a08];
"TA-SUPPLY_CHAIN" -> "JLS-49" [sha="eb90dfc6a8497b1aeaf7319c6b41c555acaf6e505d1ebf852ec4804aee3f3bf8"];
"TA-SUPPLY_CHAIN" -> "JLS-51" [sha="c5370cfe988b1b46890a2949e2e847893c0b760a9b431a5bbc1aaf3a9ed66d2f"];
"TA-SUPPLY_CHAIN" -> "JLS-34" [sha="b6d2d5065f3b2ec9b6660a901702868b727ce959f0042fa23dd85efe5c134340"];
"TA-SUPPLY_CHAIN" -> "JLS-66" [sha="1bd534e898c64e82a4233c5f7effcf7d9e6d2111eb01682563d0e1e138218e6a"];
"TA-TESTS" -> "JLS-16" [sha=a4143b13d9ae2553534457603bdca9beb6cca0ee5b8b9bae50cefa97d2519702];
"TA-TESTS" -> "JLS-02" [sha="e99cf5b009b3cdc149edc81b3454dddfaf69ab10f80e70ce698bcfb823b5fbd1"];
"TA-TESTS" -> "JLS-62" [sha="49b5e6c124bec20cbc7cf92118c2b87e5c3a92e242beefb87bd7a4f72570b356"];
"TA-TESTS" -> "JLS-61" [sha="4f4501f46dc4ef8948768080f88af8c7c94d1532e03f20a9cc126e7c4f07457f"];
"TA-TESTS" -> "JLS-58" [sha="05ffbf50bb06c5bfc0cf12905f0c441203b45a9022fb60cc6f5450cf99a7b49f"];
"TA-UPDATES" -> "JLS-06" [sha="51c4bad3a735d138e20d6609abe6765fe92b6ed2bee5a7649f6a48ec9eec2410"];
"TA-UPDATES" -> "JLS-07" [sha="83de3c6d8d7734c0dd455033615ec44c51abfe9c5078d8a00da5a7c543eaf4d2"];
"TA-UPDATES" -> "JLS-12" [sha="ae9afa457f597efb82f57ff8716e16e12f1d0962b86e47a078ac2fc363029450"];
"TA-UPDATES" -> "JLS-32" [sha="fe5da6098e91150ca40c5a32a73cf1c90372eae9ec9c5ef792fb3384798aafec"];
"TA-UPDATES" -> "JLS-35" [sha="14c4b7425ec9e9e2d79ae91140e4d6944a014de25c1949fd71b79968c516cc6f"];
"TA-UPDATES" -> "JLS-34" [sha="4851a7d7a18fd709f735c019dd9c7e7440d3900d7937c13595e7cd9d887904de"];
"TA-VALIDATION" -> "JLS-01" [sha=a3de6195b2fd041851e2e7b53376274fe5f06bc9642812dbc91f80dfd8763f9c];
"TA-VALIDATION" -> "JLS-22" [sha="464509465b1cf7045e3f94bbdca6dff5322c52f6a404d5cf02cc7249ce9bb75e"];
"TIJ-01" -> "TIJ-01.1" [sha="59d60a1c49c4a50d24614fc2e20e4a6304200fc31a3b75f8b77937f79fe838eb"];
"TIJ-01" -> "TIJ-01.2" [sha="67949547e939ee5e88a515afe3f8862082b412693a5a2d04e3d7ecdddfe6b0d5"];
"TIJ-02" -> "TIJ-02.1" [sha="3585100ee15a42488fc47f0a86339dfd939d8f6029055f6cf138ddda63fb1924"];
"TIJ-02" -> "TIJ-02.2" [sha="fc36ff21c12e722fc7abedd8148311713a177a74e149a3775df009ec6a1aab34"];
"TIJ-02" -> "TIJ-02.3" [sha="894246db4b2ab1e1e3ce18cd7061b265e4691e79b7516e715272e932389a3ed3"];
"TIJ-02" -> "TIJ-02.4" [sha="3c05436c7259164191c7b6d1199f9090af647ad174b078a616c278a325ad10b8"];
"TIJ-02" -> "TIJ-02.5" [sha="2bf89cbe38de39f20824eaacaa7a0b60a82c43857af240773537ea76550fc892"];
"TIJ-03" -> "TIJ-03.1" [sha="7b6d51ada9e4a55eb3c71f3492e9699b72d531fb82e0687b1453664ddb54c0c5"];
"TIJ-03" -> "TIJ-03.2" [sha="9696c704d877ba54dc00c0bfb698293932c19700f1d82bdda698df14d404fdf8"];
"TIJ-03" -> "TIJ-03.3" [sha="f9fef773d4db075691fb41c5e42417fcea1913421921bd75728e2229dd241d9e"];
"TIJ-03" -> "TIJ-03.4" [sha="078e925cde2e621cd1d2fc2ee8e89d779d930dc89d4157770d73ce0ffc3ec20a"];
"TIJ-03" -> "TIJ-03.5" [sha="874322f75effd246c1ef72f1feaf18b15a6eb1dd9993a34fa92ca329eb1ac9b4"];
"TIJ-04" -> "TIJ-04.1" [sha="2d66c3727cb4f1840c6b02ed81cee131dad6e35211e9dd67e1d5fc5b29584904"];
"TIJ-04" -> "TIJ-04.2" [sha="91fee756f8825e2ca6a3f8e49069186c18397f686e52692ecb084d214070a26a"];
"TIJ-04" -> "TIJ-04.3" [sha="0079068171fee85617e46d2ea0648fabb684cddf03cee55f85db072611baac61"];
"TIJ-05" -> "TIJ-05.1" [sha="1fde4df327707bfbd1c6f02b1efdc06b6f157d84234ece79a31e81f9494f2201"];
"TIJ-05" -> "TIJ-05.2" [sha="c53f4206c38c4f905d205305cc1c62e32172ff0b6375d4847a14a4365b502c97"];
"TIJ-05" -> "TIJ-05.3" [sha="6a3a7b60f4c973273b2263a4f79c487d242041bab0ab456296f7e6081f7a5b6b"];
"TIJ-05" -> "TIJ-05.4" [sha="e895a3b5b79b6e6e73d832aab9f3b70fc9988f8c29fdc69f87ed8596b2a0b401"];
"TIJ-05" -> "TIJ-05.5" [sha="972363166eccc1976a0cc2e69299c330a09d94ff4eab5e00667ea4f61054cdd4"];
"TIJ-06" -> "NPF-01.2" [sha="32bbca01001f8b499b82fdf8f2d7923e0c929fe86961f2a2b9921767e61c40ec"];
"TIJ-06" -> "NPF-01.3" [sha="1cee6056c286cca8d6d88d02b303c0c7039c920e235c3b82a89000ca254f3b29"];
"TIJ-06" -> "NPF-01.4" [sha="f8a091f539e9b35be1eda5aeaf8eb166f1d56577ddc8bb4e46a07df514285a02"];
"TIJ-06" -> "NPF-01.5" [sha="ce5b5a4411736a0483e752bb5b698d857529b1d641293ab5bc4448e055b99d47"];
"TRUSTABLE-SOFTWARE" -> "TT-CHANGES" [sha="bd2c50513f0677fe78717a5a01ede77037433ed0593bbc9d613b879defaf2bf9"];
"TRUSTABLE-SOFTWARE" -> "TT-CONFIDENCE" [sha="07cdcfab2c8c5121dd0acecf3771ee674dde8663e4cb335cfb74aa774f10cc5b"];
"TRUSTABLE-SOFTWARE" -> "TT-CONSTRUCTION" [sha="8598c4138e9dda4691a3cbc1613530bb1a3f1c163edf523e41a9ba532b98fe83"];
"TRUSTABLE-SOFTWARE" -> "TT-EXPECTATIONS" [sha=f6dba0c755d9ac4c9ed0ed2e08d5d51e6f7f1572e6de5581c90fbdaf3cafa4d4];
"TRUSTABLE-SOFTWARE" -> "TT-PROVENANCE" [sha=c97824acbd35cf2b4a9e4ee2f66c46333b483eac99ef690e2bb105ef4756e527];
"TRUSTABLE-SOFTWARE" -> "TT-RESULTS" [sha=b9e5b5fdf1cda120574cd2f351e9876a0a0c683152267d3898e6c161e7bda988];
"TT-CONFIDENCE" -> "TA-METHODOLOGIES" [sha="5752e4930e6b0dbc6829b053f4bc7e7e054d416a8c9b2e19a1c3dd83d51fba9b"];
"TT-CONFIDENCE" -> "TA-CONFIDENCE" [sha="2eaf5b9e879128e866585d5016bfde73f1ef1b192915fdb988cba7b6a0e679f2"];
"TT-CONSTRUCTION" -> "TA-RELEASES" [sha="290d67048ce0b7e9d40d236b01fc79305d3d49d2c4a541ab3fe48d38347d45d5"];
"TT-CONSTRUCTION" -> "TA-TESTS" [sha=dddbe1b9b7a7fdaf4003a939660dcb547eacfd78b6f446cb4e065047d95efd9a];
"TT-CONSTRUCTION" -> "TA-ITERATIONS" [sha="671795bbd8a789803e29f531e12074129e99f1329d27bc97ad0bbee01d8432db"];
"TT-EXPECTATIONS" -> "TA-BEHAVIOURS" [sha=bab309ba80ce2c2b1d7146220da91f1f456c03d4aad8a724db777933e8924ebb];
"TT-EXPECTATIONS" -> "TA-MISBEHAVIOURS" [sha=b9c4c4ce6e39a7171aa8b02c3267172229ff3de17ff5cd2da9839e67334e5453];
"TT-EXPECTATIONS" -> "TA-CONSTRAINTS" [sha=""];
"TT-EXPECTATIONS" -> "TA-INDICATORS" [sha=c6b66b2315b853fbe7f4844631f8a522cf0cff8f2984dea65c8b627512efdede];
"TT-PROVENANCE" -> "TA-SUPPLY_CHAIN" [sha=a9efbde8812834ed5ea620c826a6b41f28219b61a06b00dcd74632685124a8b9];
"TT-PROVENANCE" -> "TA-INPUTS" [sha=b72b13298357c1738735fc9cc56b0e64cc9fec0124f1721315f64f24faa17f71];
"TT-RESULTS" -> "TA-DATA" [sha=bdbef171f4a2b69b6f8b47d3b2c9f0642ffb3120ba471c7be0da274a54c4d549];
"TT-RESULTS" -> "TA-ANALYSIS" [sha="53f912e517e9b33ca019d4a4aac432fee37c3315ea9a155e145b90122f9c8fb7"];
"TT-RESULTS" -> "TA-VALIDATION" [sha=bc8f3c8b5afd04ec4f77e750b8c82e5bb1c729811895ff49663b904d42d49fdc];
"WFJ-01" -> "NJF-02" [sha="3b09348f67d0c150745b4aba9644cf3f6ed2424239e68ffd77d217d68738bb95"];
"WFJ-01" -> "NJF-03" [sha="171e9d25a0d9d01626602f7d88a3d4320d7129916e36d8f221c2c2542705035d"];
"WFJ-01" -> "NJF-04" [sha="68921b61bd4dfa08dfc4e77960c32632a63dc40c3fa7c0cb3251905b402f00be"];
"WFJ-01" -> "NJF-01" [sha="3eb3cfe8a4619f6fa90795024e35f674c2df30cceaa171835a5c44cc59183251"];
"WFJ-02" -> "NJF-07" [sha="7d7122a96f7875f7e5796333e93daed5250727a9e74973ab88eaf157ddf1da4b"];
"WFJ-03" -> "NJF-08" [sha="25bd4b5a9856f5ad580df2c59c0351b8ab294f474d2a743ba1d1267df8411fda"];
"WFJ-04" -> "NJF-05" [sha="0bbe85dfa251a7851a89b3cf10fd4a0bb3011c5883b115e057b89def19f719a5"];
"WFJ-05" -> "NJF-06" [sha="5d7830c32079192a49fb404e12f18a96f3731f33406a3c650856c8a7ec9bb709"];
"WFJ-05" -> "NJF-13" [sha="f45232098cc437b20104464b227078d23f2f940cda3b77042b6f25f8b196e5d4"];
"WFJ-07" -> "NJF-12" [sha="9e25064549eb689d9a54dafa20073935d034ee572c9bd6e8f3d15258d108cb3f"];
"WFJ-08" -> "NJF-14" [sha="3a5bb8559e6c1498394df6c568fd2540099fd76ba4729e3a2e6f685bead49014"];
+ "WFJ-09" -> "NJF-09" [sha="b31f017802e5ec4addacdf5c7aa4347cef41ae6d4f73fcdffcb1a00411334a22"];
+ "WFJ-09" -> "NJF-10" [sha="0cd2f72103d4a913d2bc9d6d2b923f0791841ccdde10ddd2800a9fabedc05334"];
+ "WFJ-09" -> "NJF-11" [sha="6090c82aa2d62f5fd2cbaa9f5bb791b78a3aa82a1e5236ff084a4727d0873647"];
}
